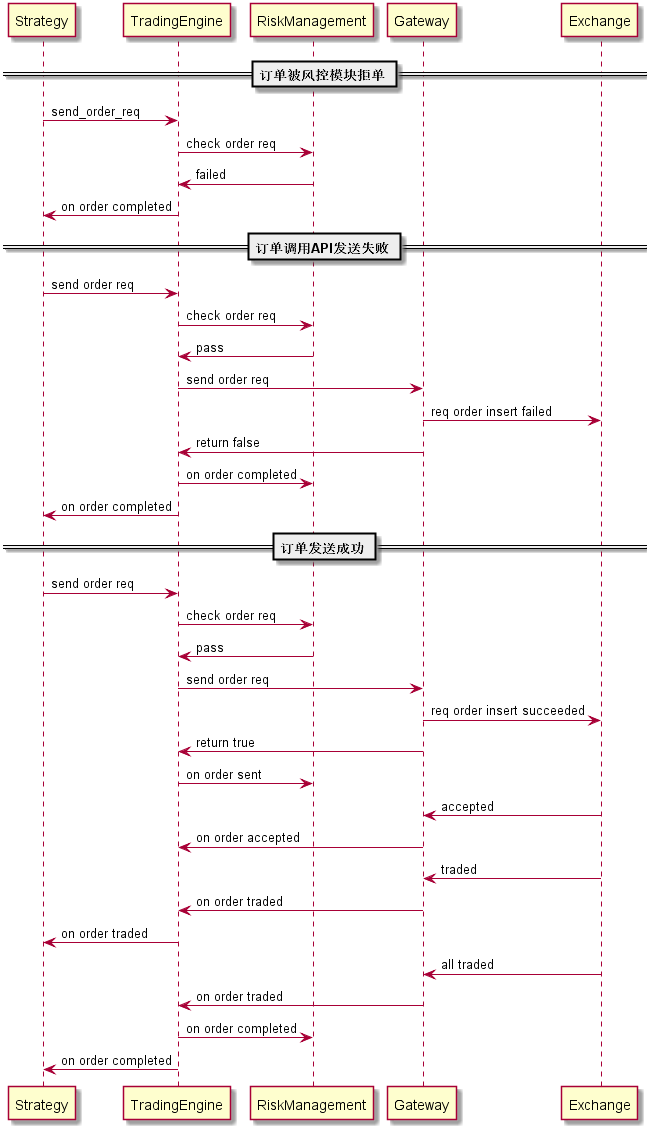
Above: img/Trading.png in xywanz/ft (PlantUML), before the change.
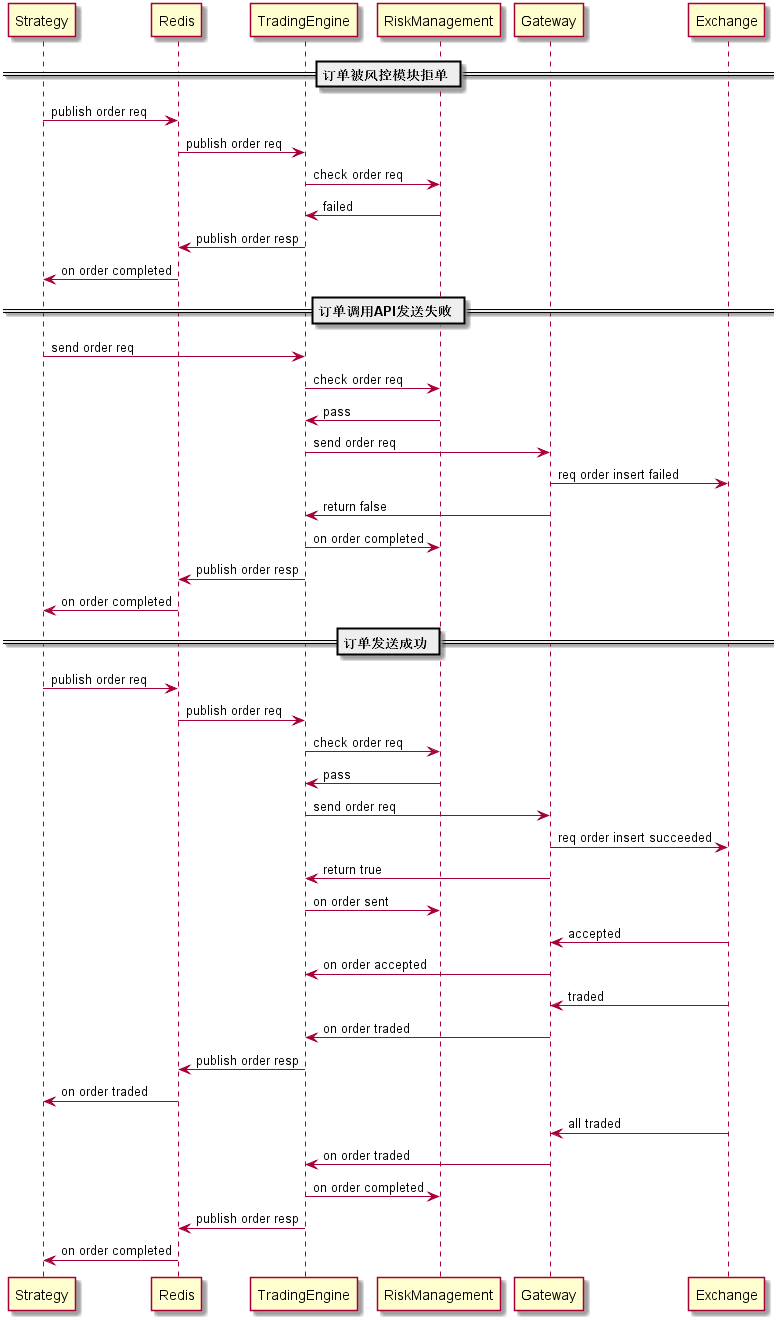
Later version of the same file.

Commit message:
更新顺序图

What changed in the source:
```diff
@@ -1,16 +1,19 @@
 @startuml Trading
 
 participant Strategy
+participant Redis
 participant TradingEngine
 participant RiskManagement
 participant Gateway
 participant Exchange
 
 == 订单被风控模块拒单 ==
-Strategy -> TradingEngine: send_order_req
+Strategy -> Redis: publish order req
+Redis -> TradingEngine: publish order req
 TradingEngine -> RiskManagement: check order req
 TradingEngine <- RiskManagement: failed
-Strategy <- TradingEngine: on order completed
+Redis <- TradingEngine: publish order resp
+Strategy <- Redis: on order completed
 
 == 订单调用API发送失败 ==
 Strategy -> TradingEngine: send order req
@@ -20,11 +23,13 @@
 Gateway -> Exchange: req order insert failed
 TradingEngine <- Gateway: return false
 TradingEngine -> RiskManagement: on order completed
-Strategy <- TradingEngine: on order completed
+Redis <- TradingEngine: publish order resp
+Strategy <- Redis: on order completed
 
 
 == 订单发送成功 ==
-Strategy -> TradingEngine: send order req
+Strategy -> Redis: publish order req
+Redis -> TradingEngine: publish order req
 TradingEngine -> RiskManagement: check order req
 TradingEngine <- RiskManagement: pass
 TradingEngine -> Gateway: send order req
@@ -35,10 +40,12 @@
 TradingEngine <- Gateway: on order accepted
 Gateway <- Exchange: traded
 TradingEngine <- Gateway: on order traded
-Strategy <- TradingEngine: on order traded
+Redis <- TradingEngine: publish order resp
+Strategy <- Redis: on order traded
 Gateway <- Exchange: all traded
 TradingEngine <- Gateway: on order traded
 TradingEngine -> RiskManagement: on order completed
-Strategy <- TradingEngine: on order completed
+Redis <- TradingEngine: publish order resp
+Strategy <- Redis: on order completed
 
 @enduml
```
